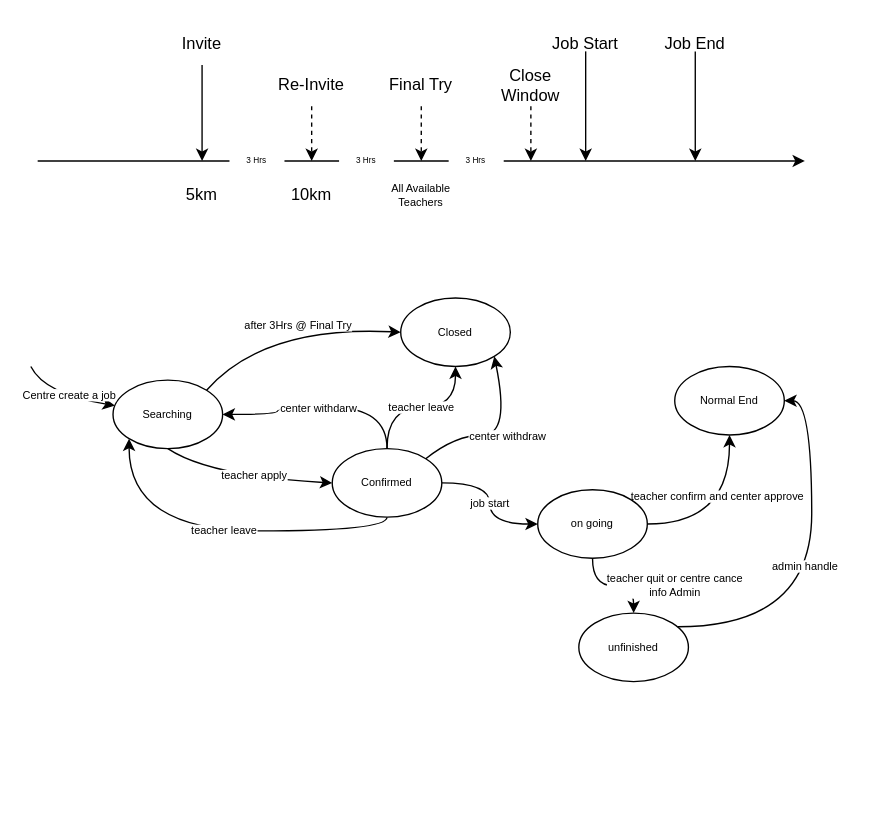
Above: page "Page-6" (6 of 6) of Untitled Diagram.drawio in quboqin/drawio (draw.io), before the change. Source tidied: cells renumbered, new cells numbered last; positions are measured from the earlier drawing's top-left corner, leaving out a move shared by most shapes. Both pictures are drawn from the tidied source at 137%, with x=0, y=0 at pixel (30, 23).
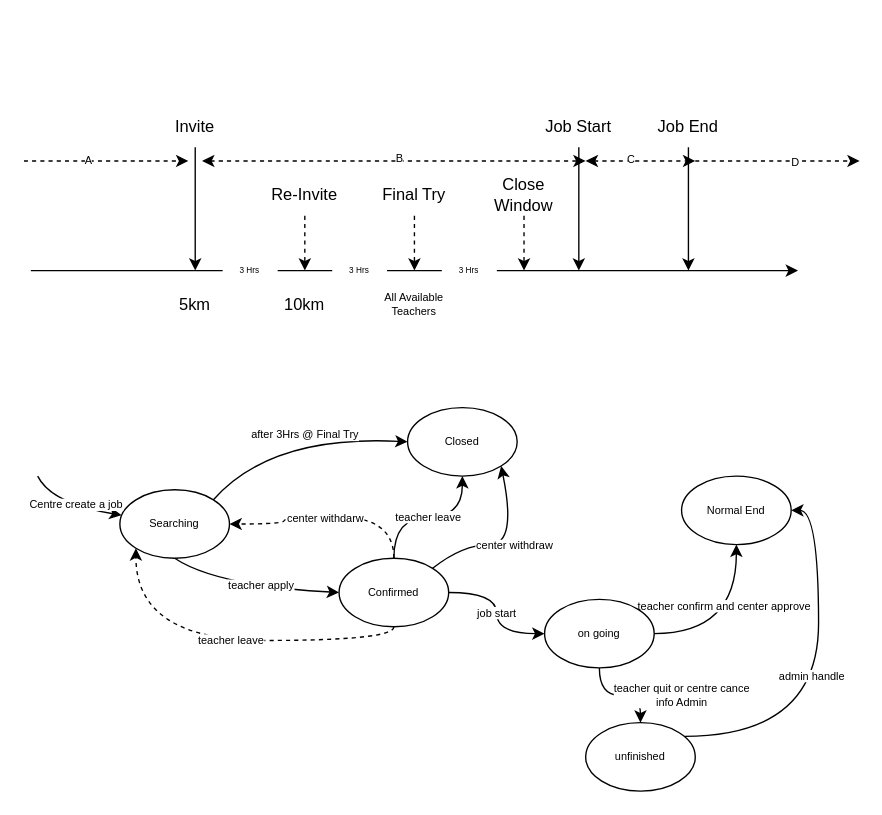
The same diagram, later.

Change to the diagram source:
```diff
@@
     <mxCell id="2" style="endArrow=classic;html=1;rounded=0;startArrow=none;" parent="1" edge="1" source="13">
       <mxGeometry relative="1" as="geometry">
-        <mxPoint x="565" y="100" as="targetPoint" />
+        <mxPoint x="560" y="180" as="targetPoint" />
       </mxGeometry>
     </mxCell>
     <mxCell id="3" style="endArrow=classic;html=1;rounded=0;" parent="1" edge="1" source="4">
       <mxGeometry relative="1" as="geometry">
-        <mxPoint x="125" y="100" as="targetPoint" />
+        <mxPoint x="120" y="180" as="targetPoint" />
       </mxGeometry>
     </mxCell>
     <mxCell id="4" value="Invite" style="text;html=1;strokeColor=none;fillColor=none;align=center;verticalAlign=middle;whiteSpace=wrap;rounded=0;" parent="1" vertex="1">
-      <mxGeometry x="95" width="60" height="30" as="geometry" />
+      <mxGeometry x="90" y="60" width="60" height="30" as="geometry" />
     </mxCell>
     <mxCell id="5" style="endArrow=classic;html=1;rounded=0;dashed=1;" parent="1" edge="1">
       <mxGeometry relative="1" as="geometry">
-        <mxPoint x="205" y="60" as="sourcePoint" />
-        <mxPoint x="205" y="100" as="targetPoint" />
+        <mxPoint x="200" y="140" as="sourcePoint" />
+        <mxPoint x="200" y="180" as="targetPoint" />
       </mxGeometry>
     </mxCell>
     <mxCell id="6" value="Re-Invite" style="text;html=1;strokeColor=none;fillColor=none;align=center;verticalAlign=middle;whiteSpace=wrap;rounded=0;" parent="1" vertex="1">
-      <mxGeometry x="175" y="30" width="60" height="30" as="geometry" />
+      <mxGeometry x="170" y="110" width="60" height="30" as="geometry" />
     </mxCell>
     <mxCell id="7" style="endArrow=classic;html=1;rounded=0;dashed=1;" parent="1" edge="1">
       <mxGeometry relative="1" as="geometry">
-        <mxPoint x="285" y="60" as="sourcePoint" />
-        <mxPoint x="285" y="100" as="targetPoint" />
+        <mxPoint x="280" y="140" as="sourcePoint" />
+        <mxPoint x="280" y="180" as="targetPoint" />
       </mxGeometry>
     </mxCell>
     <mxCell id="8" value="Final Try" style="text;html=1;strokeColor=none;fillColor=none;align=center;verticalAlign=middle;whiteSpace=wrap;rounded=0;" parent="1" vertex="1">
-      <mxGeometry x="255" y="30" width="60" height="30" as="geometry" />
+      <mxGeometry x="250" y="110" width="60" height="30" as="geometry" />
     </mxCell>
     <mxCell id="9" value="3 Hrs" style="text;html=1;strokeColor=none;fillColor=default;align=center;verticalAlign=middle;whiteSpace=wrap;rounded=0;fontSize=6;" parent="1" vertex="1">
-      <mxGeometry x="225" y="90" width="40" height="20" as="geometry" />
+      <mxGeometry x="220" y="170" width="40" height="20" as="geometry" />
     </mxCell>
@@
     <mxCell id="11" style="endArrow=classic;html=1;rounded=0;dashed=1;" parent="1" edge="1">
       <mxGeometry relative="1" as="geometry">
-        <mxPoint x="365" y="60" as="sourcePoint" />
-        <mxPoint x="365" y="100" as="targetPoint" />
+        <mxPoint x="360" y="140" as="sourcePoint" />
+        <mxPoint x="360" y="180" as="targetPoint" />
       </mxGeometry>
     </mxCell>
     <mxCell id="12" value="Close Window" style="text;html=1;strokeColor=none;fillColor=none;align=center;verticalAlign=middle;whiteSpace=wrap;rounded=0;" parent="1" vertex="1">
-      <mxGeometry x="335" y="30" width="60" height="30" as="geometry" />
+      <mxGeometry x="330" y="110" width="60" height="30" as="geometry" />
     </mxCell>
     <mxCell id="13" value="3 Hrs" style="text;html=1;strokeColor=none;fillColor=default;align=center;verticalAlign=middle;whiteSpace=wrap;rounded=0;fontSize=6;" parent="1" vertex="1">
-      <mxGeometry x="305" y="90" width="40" height="20" as="geometry" />
+      <mxGeometry x="300" y="170" width="40" height="20" as="geometry" />
     </mxCell>
@@
     <mxCell id="15" value="3 Hrs" style="text;html=1;strokeColor=none;fillColor=default;align=center;verticalAlign=middle;whiteSpace=wrap;rounded=0;fontSize=6;" parent="1" vertex="1">
-      <mxGeometry x="145" y="90" width="40" height="20" as="geometry" />
+      <mxGeometry x="140" y="170" width="40" height="20" as="geometry" />
     </mxCell>
     <mxCell id="16" style="endArrow=none;html=1;rounded=0;" parent="1" edge="1" target="15">
       <mxGeometry relative="1" as="geometry">
-        <mxPoint x="5" y="100" as="sourcePoint" />
+        <mxPoint y="180" as="sourcePoint" />
       </mxGeometry>
     </mxCell>
     <mxCell id="17" value="5km" style="text;html=1;strokeColor=none;fillColor=none;align=center;verticalAlign=middle;whiteSpace=wrap;rounded=0;" parent="1" vertex="1">
-      <mxGeometry x="95" y="110" width="60" height="30" as="geometry" />
+      <mxGeometry x="90" y="190" width="60" height="30" as="geometry" />
     </mxCell>
     <mxCell id="18" value="10km" style="text;html=1;strokeColor=none;fillColor=none;align=center;verticalAlign=middle;whiteSpace=wrap;rounded=0;" parent="1" vertex="1">
-      <mxGeometry x="175" y="110" width="60" height="30" as="geometry" />
+      <mxGeometry x="170" y="190" width="60" height="30" as="geometry" />
     </mxCell>
     <mxCell id="19" value="All Available Teachers" style="text;html=1;strokeColor=none;fillColor=none;align=center;verticalAlign=middle;whiteSpace=wrap;rounded=0;fontSize=8;" parent="1" vertex="1">
-      <mxGeometry x="255" y="110" width="60" height="30" as="geometry" />
+      <mxGeometry x="250" y="190" width="60" height="30" as="geometry" />
     </mxCell>
     <mxCell id="20" value="Searching" style="ellipse;whiteSpace=wrap;html=1;fontSize=8;strokeColor=default;fillColor=default;align=center;verticalAlign=middle;" parent="1" vertex="1">
-      <mxGeometry x="60" y="260" width="80" height="50" as="geometry" />
+      <mxGeometry x="65" y="340" width="80" height="50" as="geometry" />
     </mxCell>
     <mxCell id="21" style="curved=1;endArrow=classic;html=1;rounded=0;fontSize=8;" parent="1" edge="1" target="20">
       <mxGeometry relative="1" as="geometry">
-        <mxPoint y="250" as="sourcePoint" />
+        <mxPoint x="5" y="330" as="sourcePoint" />
         <Array as="points">
-          <mxPoint x="10" y="270" />
+          <mxPoint x="15" y="350" />
         </Array>
       </mxGeometry>
     </mxCell>
@@
-    <mxCell id="23" style="endArrow=classic;html=1;rounded=0;fontSize=8;" parent="1" edge="1">
+    <mxCell id="23" style="endArrow=classic;html=1;rounded=0;fontSize=8;exitX=0.5;exitY=1;exitDx=0;exitDy=0;" parent="1" edge="1" source="25">
       <mxGeometry relative="1" as="geometry">
-        <mxPoint x="405" y="20" as="sourcePoint" />
-        <mxPoint x="405" y="100" as="targetPoint" />
+        <mxPoint x="400" y="180" as="targetPoint" />
       </mxGeometry>
     </mxCell>
-    <mxCell id="24" style="endArrow=classic;html=1;rounded=0;fontSize=8;" parent="1" edge="1">
+    <mxCell id="24" style="endArrow=classic;html=1;rounded=0;fontSize=8;exitX=0.5;exitY=1;exitDx=0;exitDy=0;" parent="1" edge="1" source="26">
       <mxGeometry relative="1" as="geometry">
-        <mxPoint x="485" y="20" as="sourcePoint" />
-        <mxPoint x="485" y="100" as="targetPoint" />
+        <mxPoint x="480" y="180" as="targetPoint" />
       </mxGeometry>
     </mxCell>
     <mxCell id="25" value="Job Start" style="text;html=1;strokeColor=none;fillColor=none;align=center;verticalAlign=middle;whiteSpace=wrap;rounded=0;" parent="1" vertex="1">
-      <mxGeometry x="375" width="60" height="30" as="geometry" />
+      <mxGeometry x="370" y="60" width="60" height="30" as="geometry" />
     </mxCell>
     <mxCell id="26" value="Job End" style="text;html=1;strokeColor=none;fillColor=none;align=center;verticalAlign=middle;whiteSpace=wrap;rounded=0;" parent="1" vertex="1">
-      <mxGeometry x="455" width="60" height="30" as="geometry" />
+      <mxGeometry x="450" y="60" width="60" height="30" as="geometry" />
     </mxCell>
-    <mxCell id="27" style="edgeStyle=orthogonalEdgeStyle;jettySize=auto;html=1;fontSize=8;curved=1;" parent="1" edge="1" source="33" target="20">
+    <mxCell id="27" style="edgeStyle=orthogonalEdgeStyle;jettySize=auto;html=1;fontSize=8;curved=1;dashed=1;" parent="1" edge="1" source="33" target="20">
       <mxGeometry relative="1" as="geometry">
         <Array as="points">
-          <mxPoint x="260" y="280" />
-          <mxPoint x="180" y="280" />
-          <mxPoint x="180" y="285" />
+          <mxPoint x="265" y="360" />
+          <mxPoint x="185" y="360" />
+          <mxPoint x="185" y="365" />
         </Array>
       </mxGeometry>
     </mxCell>
@@
-    <mxCell id="30" style="edgeStyle=orthogonalEdgeStyle;curved=1;jettySize=auto;html=1;entryX=0;entryY=1;entryDx=0;entryDy=0;fontSize=8;" parent="1" edge="1" source="33" target="20">
+    <mxCell id="30" style="edgeStyle=orthogonalEdgeStyle;curved=1;jettySize=auto;html=1;entryX=0;entryY=1;entryDx=0;entryDy=0;fontSize=8;dashed=1;" parent="1" edge="1" source="33" target="20">
       <mxGeometry relative="1" as="geometry">
         <Array as="points">
-          <mxPoint x="260" y="370" />
-          <mxPoint x="72" y="370" />
+          <mxPoint x="265" y="450" />
+          <mxPoint x="77" y="450" />
         </Array>
       </mxGeometry>
     </mxCell>
@@
     <mxCell id="33" value="Confirmed" style="ellipse;whiteSpace=wrap;html=1;fontSize=8;strokeColor=default;fillColor=default;align=center;verticalAlign=middle;" parent="1" vertex="1">
-      <mxGeometry x="220" y="310" width="80" height="50" as="geometry" />
+      <mxGeometry x="225" y="390" width="80" height="50" as="geometry" />
     </mxCell>
     <mxCell id="34" style="curved=1;endArrow=classic;html=1;rounded=0;fontSize=8;entryX=0;entryY=0.5;entryDx=0;entryDy=0;exitX=0.5;exitY=1;exitDx=0;exitDy=0;" parent="1" edge="1" source="20" target="33">
       <mxGeometry relative="1" as="geometry">
         <Array as="points">
-          <mxPoint x="130" y="330" />
+          <mxPoint x="135" y="410" />
         </Array>
       </mxGeometry>
     </mxCell>
@@
     <mxCell id="36" value="Closed" style="ellipse;whiteSpace=wrap;html=1;fontSize=8;strokeColor=default;fillColor=default;align=center;verticalAlign=middle;" parent="1" vertex="1">
-      <mxGeometry x="270" y="200" width="80" height="50" as="geometry" />
+      <mxGeometry x="275" y="280" width="80" height="50" as="geometry" />
     </mxCell>
     <mxCell id="37" style="curved=1;endArrow=classic;html=1;rounded=0;fontSize=8;entryX=0;entryY=0.5;entryDx=0;entryDy=0;exitX=1;exitY=0;exitDx=0;exitDy=0;" parent="1" edge="1" source="20" target="36">
       <mxGeometry relative="1" as="geometry">
         <Array as="points">
-          <mxPoint x="170" y="220" />
+          <mxPoint x="175" y="300" />
         </Array>
       </mxGeometry>
     </mxCell>
@@
     <mxCell id="39" style="curved=1;endArrow=classic;html=1;rounded=0;fontSize=8;entryX=1;entryY=1;entryDx=0;entryDy=0;exitX=1;exitY=0;exitDx=0;exitDy=0;" parent="1" edge="1" source="33" target="36">
       <mxGeometry relative="1" as="geometry">
         <Array as="points">
-          <mxPoint x="310" y="300" />
-          <mxPoint x="350" y="300" />
+          <mxPoint x="315" y="380" />
+          <mxPoint x="355" y="380" />
         </Array>
       </mxGeometry>
     </mxCell>
@@
     <mxCell id="44" value="on going" style="ellipse;whiteSpace=wrap;html=1;fontSize=8;strokeColor=default;fillColor=default;align=center;verticalAlign=middle;" parent="1" vertex="1">
-      <mxGeometry x="370" y="340" width="80" height="50" as="geometry" />
+      <mxGeometry x="375" y="420" width="80" height="50" as="geometry" />
     </mxCell>
     <mxCell id="45" value="Normal End" style="ellipse;whiteSpace=wrap;html=1;fontSize=8;strokeColor=default;fillColor=default;align=center;verticalAlign=middle;" parent="1" vertex="1">
-      <mxGeometry x="470" y="250" width="80" height="50" as="geometry" />
+      <mxGeometry x="475" y="330" width="80" height="50" as="geometry" />
     </mxCell>
     <mxCell id="46" style="edgeStyle=orthogonalEdgeStyle;curved=1;jettySize=auto;html=1;fontSize=8;entryX=1;entryY=0.5;entryDx=0;entryDy=0;" parent="1" edge="1" source="48" target="45">
       <mxGeometry relative="1" as="geometry">
         <Array as="points">
-          <mxPoint x="570" y="440" />
-          <mxPoint x="570" y="275" />
+          <mxPoint x="575" y="520" />
+          <mxPoint x="575" y="355" />
         </Array>
       </mxGeometry>
     </mxCell>
@@
     <mxCell id="48" value="unfinished" style="ellipse;whiteSpace=wrap;html=1;fontSize=8;strokeColor=default;fillColor=default;align=center;verticalAlign=middle;" parent="1" vertex="1">
-      <mxGeometry x="400" y="430" width="80" height="50" as="geometry" />
+      <mxGeometry x="405" y="510" width="80" height="50" as="geometry" />
     </mxCell>
+    <mxCell id="49" style="endArrow=classic;html=1;dashed=1;fontSize=8;curved=1;" parent="1" edge="1">
+      <mxGeometry relative="1" as="geometry">
+        <mxPoint x="-5" y="100" as="sourcePoint" />
+        <mxPoint x="115" y="100" as="targetPoint" />
+      </mxGeometry>
+    </mxCell>
+    <mxCell id="50" value="A" style="edgeLabel;html=1;align=center;verticalAlign=middle;fontSize=8;" parent="49" vertex="1">
+      <mxGeometry x="-0.23" y="1" relative="1" as="geometry" />
+    </mxCell>
+    <mxCell id="51" style="endArrow=classic;startArrow=classic;html=1;dashed=1;fontSize=8;curved=1;" parent="1" edge="1">
+      <mxGeometry relative="1" as="geometry">
+        <mxPoint x="125" y="100" as="sourcePoint" />
+        <mxPoint x="405" y="100" as="targetPoint" />
+      </mxGeometry>
+    </mxCell>
+    <mxCell id="52" value="B" style="edgeLabel;html=1;align=center;verticalAlign=middle;fontSize=8;" parent="51" vertex="1">
+      <mxGeometry x="0.02" y="3" relative="1" as="geometry" />
+    </mxCell>
+    <mxCell id="53" style="endArrow=classic;startArrow=classic;html=1;dashed=1;fontSize=8;curved=1;" parent="1" edge="1">
+      <mxGeometry relative="1" as="geometry">
+        <mxPoint x="405" y="100" as="sourcePoint" />
+        <mxPoint x="485" y="100" as="targetPoint" />
+      </mxGeometry>
+    </mxCell>
+    <mxCell id="54" value="C" style="edgeLabel;html=1;align=center;verticalAlign=middle;fontSize=8;" parent="53" vertex="1">
+      <mxGeometry x="-0.2" y="2" relative="1" as="geometry" />
+    </mxCell>
+    <mxCell id="55" style="endArrow=classic;html=1;dashed=1;fontSize=8;curved=1;" parent="1" edge="1">
+      <mxGeometry relative="1" as="geometry">
+        <mxPoint x="485" y="100" as="sourcePoint" />
+        <mxPoint x="605" y="100" as="targetPoint" />
+      </mxGeometry>
+    </mxCell>
+    <mxCell id="56" value="D" style="edgeLabel;html=1;align=center;verticalAlign=middle;fontSize=8;" parent="55" vertex="1">
+      <mxGeometry x="0.2" relative="1" as="geometry" />
+    </mxCell>
```
